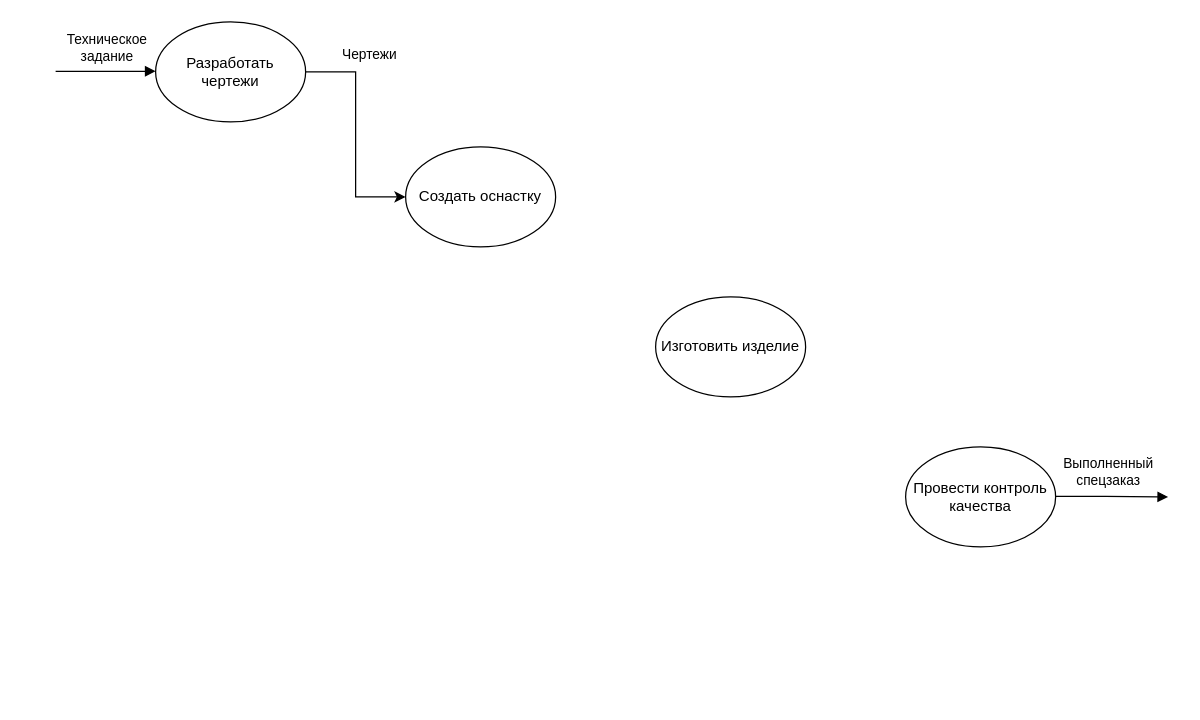
This is mbp23_1.drawio from v-tempe/draw.io, a draw.io file, before an edit. Source tidied: cells renumbered, new cells numbered last; positions are measured from the earlier drawing's top-left corner, leaving out a move shared by most shapes. Both pictures are drawn from the tidied source at 125%, with x=0, y=0 at pixel (55, 21).
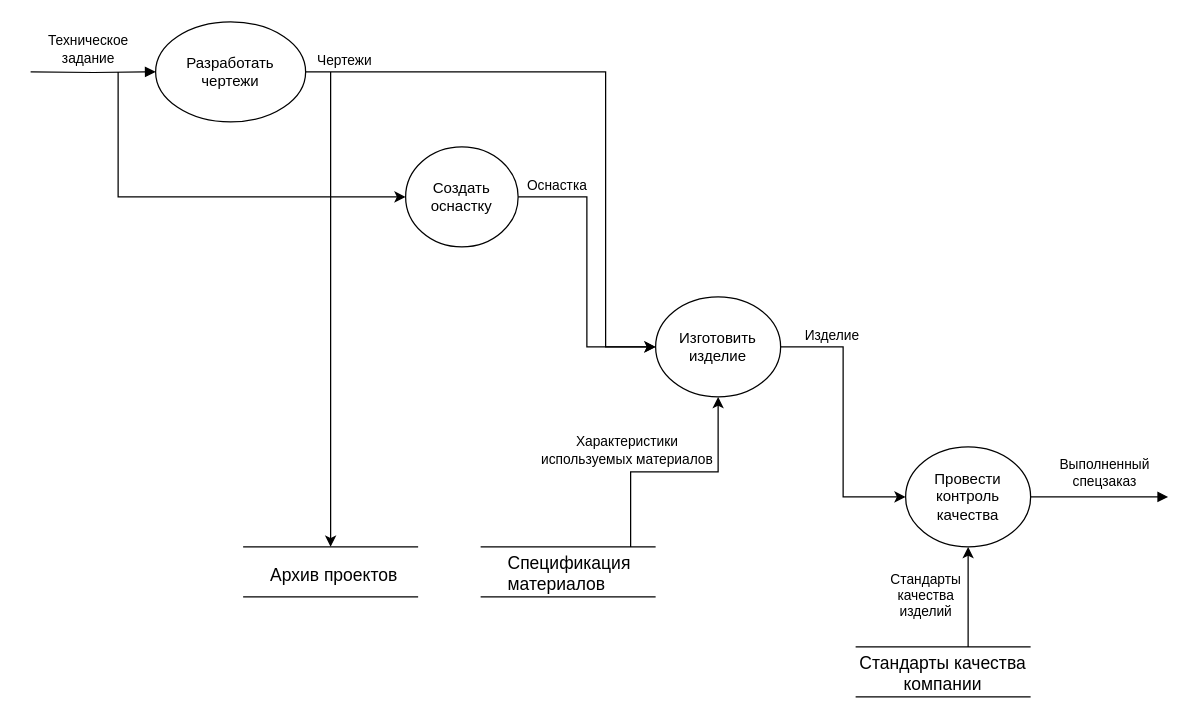
The same page after the edit.

The change refers to these unchanged cells:
```xml
<mxCell id="4" value="Разработать чертежи" style="ellipse;whiteSpace=wrap;html=1;" parent="1" vertex="1">
  <mxGeometry x="80" width="120" height="80" as="geometry" />
</mxCell>
```

Change to the diagram source:
```diff
@@
-    <mxCell id="2" style="edgeStyle=orthogonalEdgeStyle;rounded=0;jettySize=auto;html=1;exitX=1;exitY=0.5;exitDx=0;exitDy=0;entryX=0;entryY=0.5;entryDx=0;entryDy=0;" parent="1" edge="1" source="4" target="5">
-      <mxGeometry relative="1" as="geometry" />
+    <mxCell id="2" style="edgeStyle=orthogonalEdgeStyle;rounded=0;jettySize=auto;html=1;exitX=1;exitY=0.5;exitDx=0;exitDy=0;entryX=0;entryY=0.5;entryDx=0;entryDy=0;" parent="1" edge="1" source="4" target="6">
+      <mxGeometry relative="1" as="geometry">
+        <Array as="points">
+          <mxPoint x="440" y="40" />
+          <mxPoint x="440" y="260" />
+        </Array>
+      </mxGeometry>
     </mxCell>
     <mxCell id="3" value="Чертежи" style="edgeLabel;html=1;align=center;verticalAlign=middle;" parent="2" vertex="1">
       <mxGeometry x="-0.21" y="-1" relative="1" as="geometry">
-        <mxPoint x="11" y="-46" as="offset" />
+        <mxPoint x="-168" y="-11" as="offset" />
       </mxGeometry>
     </mxCell>
@@
+    <mxCell id="12" style="edgeStyle=orthogonalEdgeStyle;rounded=0;jettySize=auto;html=1;exitX=1;exitY=0.5;exitDx=0;exitDy=0;entryX=0;entryY=0.5;entryDx=0;entryDy=0;" parent="1" edge="1" source="5" target="6">
+      <mxGeometry relative="1" as="geometry" />
+    </mxCell>
+    <mxCell id="13" value="Оснастка" style="edgeLabel;html=1;align=center;verticalAlign=middle;" parent="12" vertex="1">
+      <mxGeometry x="-0.81" y="-1" relative="1" as="geometry">
+        <mxPoint x="8" y="-11" as="offset" />
+      </mxGeometry>
+    </mxCell>
     <mxCell id="5" value="Создать оснастку" style="ellipse;whiteSpace=wrap;html=1;" parent="1" vertex="1">
-      <mxGeometry x="280" y="100" width="120" height="80" as="geometry" />
+      <mxGeometry x="280" y="100" width="90" height="80" as="geometry" />
     </mxCell>
+    <mxCell id="14" style="edgeStyle=orthogonalEdgeStyle;rounded=0;jettySize=auto;html=1;exitX=1;exitY=0.5;exitDx=0;exitDy=0;entryX=0;entryY=0.5;entryDx=0;entryDy=0;" parent="1" edge="1" source="6" target="9">
+      <mxGeometry relative="1" as="geometry" />
+    </mxCell>
+    <mxCell id="15" value="Изделие" style="edgeLabel;html=1;align=center;verticalAlign=middle;" parent="14" vertex="1">
+      <mxGeometry x="-0.32" y="-3" relative="1" as="geometry">
+        <mxPoint x="-7" y="-35" as="offset" />
+      </mxGeometry>
+    </mxCell>
     <mxCell id="6" value="Изготовить изделие" style="ellipse;whiteSpace=wrap;html=1;" parent="1" vertex="1">
-      <mxGeometry x="480" y="220" width="120" height="80" as="geometry" />
+      <mxGeometry x="480" y="220" width="100" height="80" as="geometry" />
     </mxCell>
-    <mxCell id="7" style="edgeStyle=orthogonalEdgeStyle;rounded=0;orthogonalLoop=1;jettySize=auto;html=1;endArrow=block;endFill=1;" parent="1" edge="1">
+    <mxCell id="7" style="edgeStyle=orthogonalEdgeStyle;rounded=0;jettySize=auto;html=1;endArrow=block;endFill=1;entryX=0;entryY=0.5;entryDx=0;entryDy=0;" parent="1" edge="1" target="4">
       <mxGeometry relative="1" as="geometry">
-        <mxPoint y="40" as="sourcePoint" />
-        <mxPoint x="80" y="39.5" as="targetPoint" />
-        <Array as="points">
-          <mxPoint x="80" y="39.5" />
-        </Array>
+        <mxPoint x="-20" y="40" as="sourcePoint" />
       </mxGeometry>
     </mxCell>
@@
     <mxCell id="9" value="Провести контроль качества" style="ellipse;whiteSpace=wrap;html=1;" parent="1" vertex="1">
-      <mxGeometry x="680" y="340" width="120" height="80" as="geometry" />
+      <mxGeometry x="680" y="340" width="100" height="80" as="geometry" />
     </mxCell>
-    <mxCell id="10" style="edgeStyle=orthogonalEdgeStyle;rounded=0;orthogonalLoop=1;jettySize=auto;html=1;endArrow=block;endFill=1;" parent="1" edge="1">
+    <mxCell id="10" style="edgeStyle=orthogonalEdgeStyle;rounded=0;jettySize=auto;html=1;endArrow=block;endFill=1;exitX=1;exitY=0.5;exitDx=0;exitDy=0;" parent="1" edge="1" source="9">
       <mxGeometry relative="1" as="geometry">
-        <mxPoint x="800" y="379.5" as="sourcePoint" />
         <mxPoint x="890" y="380" as="targetPoint" />
-        <Array as="points">
-          <mxPoint x="840" y="379.5" />
-        </Array>
       </mxGeometry>
     </mxCell>
@@
+    <mxCell id="16" style="endArrow=classic;html=1;rounded=0;entryX=0;entryY=0.5;entryDx=0;entryDy=0;" parent="1" edge="1" target="5">
+      <mxGeometry relative="1" as="geometry">
+        <mxPoint x="50" y="40" as="sourcePoint" />
+        <Array as="points">
+          <mxPoint x="50" y="140" />
+        </Array>
+      </mxGeometry>
+    </mxCell>
+    <mxCell id="17" style="endArrow=none;html=1;rounded=0;fontSize=14;" parent="1" edge="1">
+      <mxGeometry relative="1" as="geometry">
+        <mxPoint x="150" y="460" as="sourcePoint" />
+        <mxPoint x="290" y="460" as="targetPoint" />
+      </mxGeometry>
+    </mxCell>
+    <mxCell id="18" value="Архив проектов" style="text;whiteSpace=wrap;fontSize=14;" parent="1" vertex="1">
+      <mxGeometry x="170" y="428" width="110" height="25" as="geometry" />
+    </mxCell>
+    <mxCell id="19" style="endArrow=none;html=1;rounded=0;fontSize=14;" parent="1" edge="1">
+      <mxGeometry relative="1" as="geometry">
+        <mxPoint x="150" y="420" as="sourcePoint" />
+        <mxPoint x="290" y="420" as="targetPoint" />
+      </mxGeometry>
+    </mxCell>
+    <mxCell id="20" style="endArrow=classic;html=1;rounded=0;" parent="1" edge="1">
+      <mxGeometry relative="1" as="geometry">
+        <mxPoint x="220" y="40" as="sourcePoint" />
+        <mxPoint x="220" y="420" as="targetPoint" />
+      </mxGeometry>
+    </mxCell>
+    <mxCell id="21" style="endArrow=none;html=1;rounded=0;fontSize=14;" parent="1" edge="1">
+      <mxGeometry relative="1" as="geometry">
+        <mxPoint x="640" y="540" as="sourcePoint" />
+        <mxPoint x="780" y="540" as="targetPoint" />
+      </mxGeometry>
+    </mxCell>
+    <mxCell id="22" value="Стандарты качества компании" style="text;whiteSpace=wrap;fontSize=14;align=center;fontColor=default;" parent="1" vertex="1">
+      <mxGeometry x="640" y="498" width="140" height="25" as="geometry" />
+    </mxCell>
+    <mxCell id="23" style="endArrow=none;html=1;rounded=0;fontSize=14;" parent="1" edge="1">
+      <mxGeometry relative="1" as="geometry">
+        <mxPoint x="640" y="500" as="sourcePoint" />
+        <mxPoint x="780" y="500" as="targetPoint" />
+      </mxGeometry>
+    </mxCell>
+    <mxCell id="24" style="endArrow=none;html=1;rounded=0;fontSize=14;" parent="1" edge="1">
+      <mxGeometry relative="1" as="geometry">
+        <mxPoint x="340" y="460" as="sourcePoint" />
+        <mxPoint x="480" y="460" as="targetPoint" />
+      </mxGeometry>
+    </mxCell>
+    <mxCell id="25" value="Спецификация материалов" style="text;whiteSpace=wrap;fontSize=14;" parent="1" vertex="1">
+      <mxGeometry x="360" y="418" width="110" height="25" as="geometry" />
+    </mxCell>
+    <mxCell id="26" style="endArrow=none;html=1;rounded=0;fontSize=14;" parent="1" edge="1">
+      <mxGeometry relative="1" as="geometry">
+        <mxPoint x="340" y="420" as="sourcePoint" />
+        <mxPoint x="480" y="420" as="targetPoint" />
+      </mxGeometry>
+    </mxCell>
+    <mxCell id="27" style="endArrow=classic;html=1;rounded=0;entryX=0.5;entryY=1;entryDx=0;entryDy=0;" parent="1" edge="1" target="6">
+      <mxGeometry relative="1" as="geometry">
+        <mxPoint x="460" y="420" as="sourcePoint" />
+        <Array as="points">
+          <mxPoint x="460" y="360" />
+          <mxPoint x="530" y="360" />
+        </Array>
+      </mxGeometry>
+    </mxCell>
+    <mxCell id="28" value="Характеристики&lt;div&gt;используемых материалов&lt;/div&gt;" style="edgeLabel;html=1;align=center;verticalAlign=middle;" parent="27" vertex="1">
+      <mxGeometry x="-0.13" y="-1" relative="1" as="geometry">
+        <mxPoint x="-27" y="-19" as="offset" />
+      </mxGeometry>
+    </mxCell>
+    <mxCell id="29" style="endArrow=classic;html=1;rounded=0;entryX=0.5;entryY=1;entryDx=0;entryDy=0;" parent="1" edge="1" target="9">
+      <mxGeometry relative="1" as="geometry">
+        <mxPoint x="730" y="500" as="sourcePoint" />
+      </mxGeometry>
+    </mxCell>
+    <mxCell id="30" value="Стандарты&lt;div&gt;качества&lt;/div&gt;&lt;div&gt;изделий&lt;/div&gt;" style="edgeLabel;html=1;align=center;verticalAlign=middle;" parent="29" vertex="1">
+      <mxGeometry x="0.03" relative="1" as="geometry">
+        <mxPoint x="-35" y="-1" as="offset" />
+      </mxGeometry>
+    </mxCell>
```
